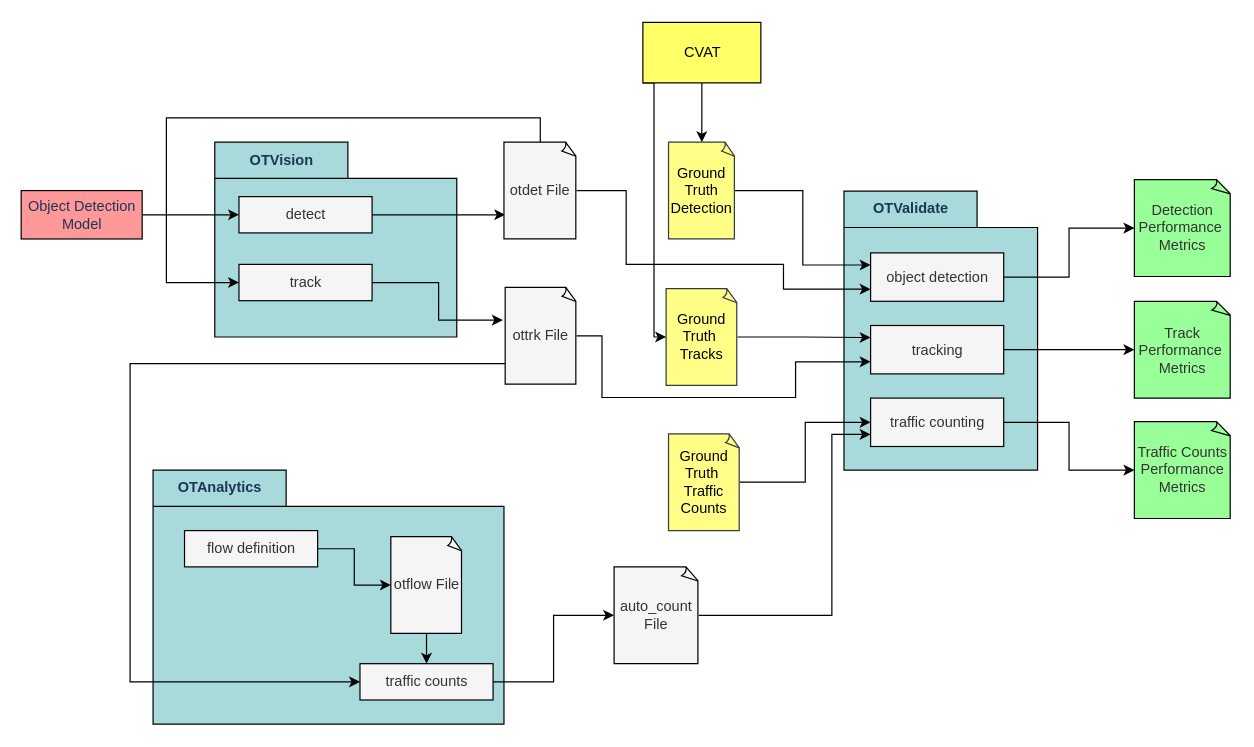
Before: docs/OTLabels/validation/assets/otvalidate_overview.drawio in OpenTrafficCam/OTDocs, a draw.io diagram. Source tidied: cells renumbered, new cells numbered last; positions are measured from the earlier drawing's top-left corner, leaving out a move shared by most shapes. Both pictures are drawn from the tidied source at 121%, with x=0, y=0 at pixel (21, 22).
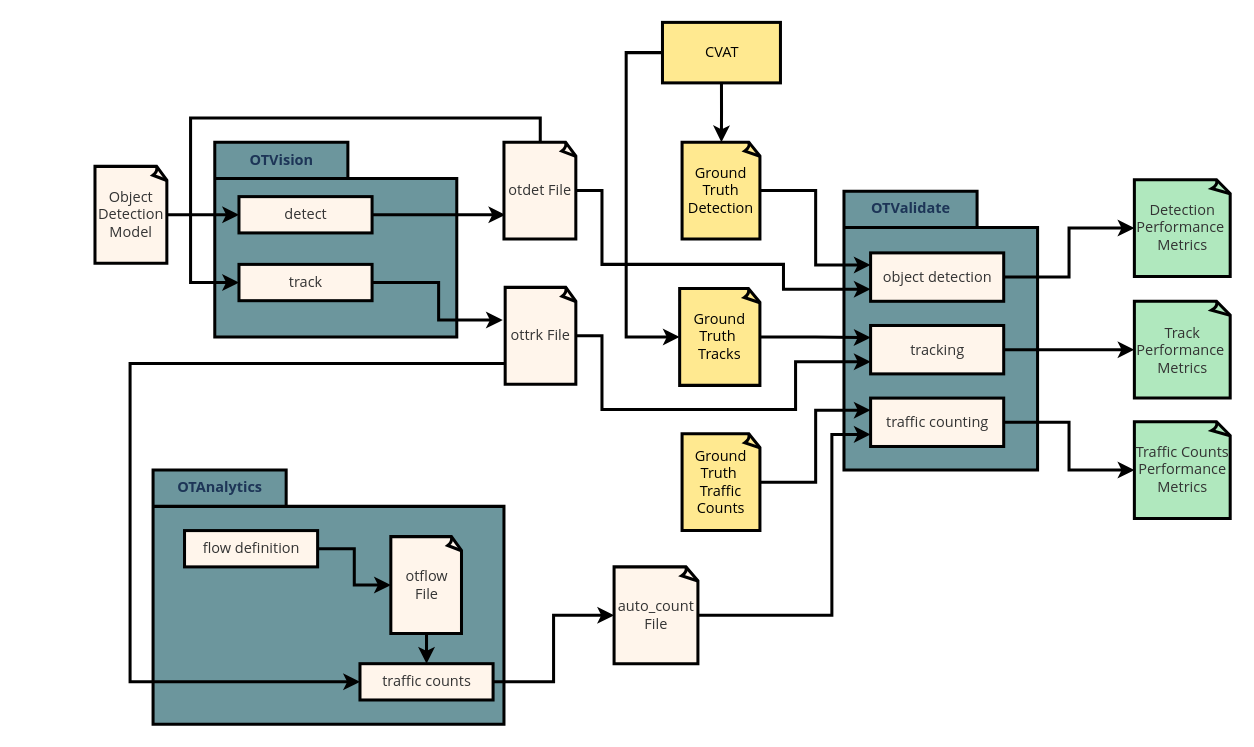
After the change.

Commit message:
Change color scheme of otvalidate overview diagram

Change to the diagram source:
```diff
@@
-<mxGraphModel background="#FFFFFF">
+<mxGraphModel>
@@
-    <mxCell id="2" value="OTVision" style="shape=folder;fontStyle=1;tabWidth=110;tabHeight=30;tabPosition=left;html=1;boundedLbl=1;labelInHeader=1;fillColor=#A8DADC;fontColor=#1D3557;strokeColor=#000000;" parent="1" vertex="1">
+    <mxCell id="2" value="OTVision" style="shape=folder;fontStyle=1;tabWidth=110;tabHeight=30;tabPosition=left;html=1;boundedLbl=1;labelInHeader=1;fillColor=#6C969D;fontColor=#1D3557;strokeColor=#000000;fontFamily=Open Sans;strokeWidth=2.5;" parent="1" vertex="1">
       <mxGeometry x="160" y="99" width="200" height="161" as="geometry" />
     </mxCell>
-    <mxCell id="3" value="detect" style="html=1;fillColor=#f5f5f5;fontColor=#333333;strokeColor=#000000;" parent="2" vertex="1">
+    <mxCell id="3" value="detect" style="html=1;fillColor=#FFF5EB;fontColor=#333333;strokeColor=#000000;fontFamily=Open Sans;strokeWidth=2.5;" parent="2" vertex="1">
       <mxGeometry width="110" height="30" relative="1" as="geometry">
         <mxPoint x="20" y="45" as="offset" />
       </mxGeometry>
     </mxCell>
-    <mxCell id="4" value="track" style="html=1;fillColor=#f5f5f5;fontColor=#333333;strokeColor=#000000;" parent="2" vertex="1">
+    <mxCell id="4" value="track" style="html=1;fillColor=#FFF5EB;fontColor=#333333;strokeColor=#000000;fontFamily=Open Sans;strokeWidth=2.5;" parent="2" vertex="1">
       <mxGeometry x="20" y="101" width="110" height="30" as="geometry" />
     </mxCell>
-    <mxCell id="5" style="edgeStyle=orthogonalEdgeStyle;rounded=0;jettySize=auto;html=1;exitX=1;exitY=0.5;exitDx=0;exitDy=0;entryX=0.017;entryY=0.75;entryDx=0;entryDy=0;entryPerimeter=0;strokeColor=#000000;" parent="2" edge="1" source="3" target="9">
+    <mxCell id="5" style="edgeStyle=orthogonalEdgeStyle;rounded=0;jettySize=auto;html=1;exitX=1;exitY=0.5;exitDx=0;exitDy=0;entryX=0.017;entryY=0.75;entryDx=0;entryDy=0;entryPerimeter=0;strokeColor=#000000;fontFamily=Open Sans;strokeWidth=2.5;" parent="2" edge="1" source="3" target="9">
       <mxGeometry relative="1" as="geometry" />
     </mxCell>
-    <mxCell id="6" style="edgeStyle=orthogonalEdgeStyle;rounded=0;jettySize=auto;html=1;exitX=1;exitY=0.5;exitDx=0;exitDy=0;entryX=0;entryY=0.5;entryDx=0;entryDy=0;strokeColor=#000000;" parent="1" edge="1" source="7" target="3">
-      <mxGeometry relative="1" as="geometry" />
-    </mxCell>
-    <mxCell id="7" value="Object Detection &lt;br&gt;Model" style="html=1;dashed=0;whitespace=wrap;fontColor=#1D3557;strokeColor=#000000;fillColor=#FF9999;" parent="1" vertex="1">
-      <mxGeometry y="139" width="100" height="40" as="geometry" />
-    </mxCell>
-    <mxCell id="8" style="edgeStyle=orthogonalEdgeStyle;rounded=0;jettySize=auto;html=1;exitX=0.5;exitY=0;exitDx=0;exitDy=0;exitPerimeter=0;entryX=0;entryY=0.5;entryDx=0;entryDy=0;strokeColor=#000000;" parent="1" edge="1" source="9" target="4">
+    <mxCell id="8" style="edgeStyle=orthogonalEdgeStyle;rounded=0;jettySize=auto;html=1;exitX=0.5;exitY=0;exitDx=0;exitDy=0;exitPerimeter=0;entryX=0;entryY=0.5;entryDx=0;entryDy=0;fontFamily=Open Sans;strokeColor=#000000;strokeWidth=2.5;" parent="1" edge="1" source="9" target="4">
       <mxGeometry relative="1" as="geometry">
         <Array as="points">
           <mxPoint x="429" y="79" />
-          <mxPoint x="120" y="79" />
-          <mxPoint x="120" y="215" />
+          <mxPoint x="140" y="79" />
+          <mxPoint x="140" y="215" />
         </Array>
       </mxGeometry>
     </mxCell>
-    <mxCell id="9" value="otdet File" style="whiteSpace=wrap;html=1;shape=mxgraph.basic.document;fillColor=#f5f5f5;fontColor=#333333;strokeColor=#000000;" parent="1" vertex="1">
+    <mxCell id="9" value="otdet File" style="whiteSpace=wrap;html=1;shape=mxgraph.basic.document;fillColor=#FFF5EB;fontColor=#333333;strokeColor=#000000;fontFamily=Open Sans;strokeWidth=2.5;" parent="1" vertex="1">
       <mxGeometry x="399" y="99" width="60" height="80" as="geometry" />
     </mxCell>
-    <mxCell id="10" style="edgeStyle=orthogonalEdgeStyle;rounded=0;jettySize=auto;html=1;exitX=1;exitY=0.5;exitDx=0;exitDy=0;entryX=-0.034;entryY=0.338;entryDx=0;entryDy=0;entryPerimeter=0;fillColor=#A8DADC;labelBackgroundColor=#F1FAEE;fontColor=#1D3557;strokeColor=#000000;" parent="1" edge="1" source="4" target="27">
+    <mxCell id="10" style="edgeStyle=orthogonalEdgeStyle;rounded=0;jettySize=auto;html=1;exitX=1;exitY=0.5;exitDx=0;exitDy=0;entryX=-0.034;entryY=0.338;entryDx=0;entryDy=0;entryPerimeter=0;fillColor=#A8DADC;labelBackgroundColor=#F1FAEE;fontColor=#1D3557;strokeColor=#000000;fontFamily=Open Sans;strokeWidth=2.5;" parent="1" edge="1" source="4" target="27">
       <mxGeometry relative="1" as="geometry" />
     </mxCell>
-    <mxCell id="11" value="auto_count&lt;br&gt;File" style="whiteSpace=wrap;html=1;shape=mxgraph.basic.document;fillColor=#f5f5f5;fontColor=#333333;strokeColor=#000000;" parent="1" vertex="1">
+    <mxCell id="11" value="auto_count&lt;br&gt;File" style="whiteSpace=wrap;html=1;shape=mxgraph.basic.document;fillColor=#FFF5EB;fontColor=#333333;strokeColor=#000000;fontFamily=Open Sans;strokeWidth=2.5;" parent="1" vertex="1">
       <mxGeometry x="490" y="450" width="70" height="80" as="geometry" />
     </mxCell>
-    <mxCell id="12" value="OTValidate" style="shape=folder;fontStyle=1;tabWidth=110;tabHeight=30;tabPosition=left;html=1;boundedLbl=1;labelInHeader=1;fillColor=#A8DADC;fontColor=#1D3557;strokeColor=#000000;" parent="1" vertex="1">
+    <mxCell id="12" value="OTValidate" style="shape=folder;fontStyle=1;tabWidth=110;tabHeight=30;tabPosition=left;html=1;boundedLbl=1;labelInHeader=1;fillColor=#6C969D;fontColor=#1D3557;strokeColor=#000000;fontFamily=Open Sans;strokeWidth=2.5;" parent="1" vertex="1">
       <mxGeometry x="680" y="139.5" width="160" height="230.5" as="geometry" />
     </mxCell>
-    <mxCell id="13" value="object detection" style="html=1;fillColor=#f5f5f5;fontColor=#333333;strokeColor=#000000;" parent="12" vertex="1">
+    <mxCell id="13" value="object detection" style="html=1;fillColor=#FFF5EB;fontColor=#333333;strokeColor=#000000;fontFamily=Open Sans;strokeWidth=2.5;" parent="12" vertex="1">
       <mxGeometry width="110" height="40" relative="1" as="geometry">
         <mxPoint x="22" y="51" as="offset" />
       </mxGeometry>
     </mxCell>
-    <mxCell id="14" value="traffic counting" style="html=1;fillColor=#f5f5f5;fontColor=#333333;strokeColor=#000000;" parent="12" vertex="1">
+    <mxCell id="14" value="traffic counting" style="html=1;fillColor=#FFF5EB;fontColor=#333333;strokeColor=#000000;fontFamily=Open Sans;strokeWidth=2.5;" parent="12" vertex="1">
       <mxGeometry x="22" y="171" width="110" height="40" as="geometry" />
     </mxCell>
-    <mxCell id="15" value="tracking" style="html=1;fillColor=#f5f5f5;fontColor=#333333;strokeColor=#000000;" parent="12" vertex="1">
+    <mxCell id="15" value="tracking" style="html=1;fillColor=#FFF5EB;fontColor=#333333;strokeColor=#000000;fontFamily=Open Sans;strokeWidth=2.5;" parent="12" vertex="1">
       <mxGeometry x="22" y="111" width="110" height="40" as="geometry" />
     </mxCell>
-    <mxCell id="16" style="edgeStyle=orthogonalEdgeStyle;rounded=0;jettySize=auto;html=1;exitX=1;exitY=0.5;exitDx=0;exitDy=0;entryX=0;entryY=0.5;entryDx=0;entryDy=0;entryPerimeter=0;strokeColor=#000000;" parent="12" edge="1" source="13" target="19">
+    <mxCell id="16" style="edgeStyle=orthogonalEdgeStyle;rounded=0;jettySize=auto;html=1;exitX=1;exitY=0.5;exitDx=0;exitDy=0;entryX=0;entryY=0.5;entryDx=0;entryDy=0;entryPerimeter=0;strokeColor=#000000;fontFamily=Open Sans;strokeWidth=2.5;" parent="12" edge="1" source="13" target="19">
       <mxGeometry relative="1" as="geometry" />
     </mxCell>
-    <mxCell id="17" value="Traffic Counts Performance Metrics" style="whiteSpace=wrap;html=1;shape=mxgraph.basic.document;fontColor=#333333;strokeColor=#000000;fillColor=#99FF99;" parent="1" vertex="1">
+    <mxCell id="17" value="Traffic Counts Performance Metrics" style="whiteSpace=wrap;html=1;shape=mxgraph.basic.document;fontColor=#333333;strokeColor=#000000;fillColor=#B0E8BE;fontFamily=Open Sans;strokeWidth=2.5;" parent="1" vertex="1">
       <mxGeometry x="920" y="330" width="80" height="80" as="geometry" />
     </mxCell>
-    <mxCell id="18" value="Track Performance&amp;nbsp;&lt;br&gt;Metrics" style="whiteSpace=wrap;html=1;shape=mxgraph.basic.document;fontColor=#333333;strokeColor=#000000;fillColor=#99FF99;" parent="1" vertex="1">
+    <mxCell id="18" value="Track Performance&amp;nbsp;&lt;br&gt;Metrics" style="whiteSpace=wrap;html=1;shape=mxgraph.basic.document;fontColor=#333333;strokeColor=#000000;fillColor=#B0E8BE;fontFamily=Open Sans;strokeWidth=2.5;" parent="1" vertex="1">
       <mxGeometry x="920" y="230.5" width="80" height="80" as="geometry" />
     </mxCell>
-    <mxCell id="19" value="Detection Performance&amp;nbsp;&lt;br&gt;Metrics" style="whiteSpace=wrap;html=1;shape=mxgraph.basic.document;fontColor=#333333;strokeColor=#000000;fillColor=#99FF99;" parent="1" vertex="1">
+    <mxCell id="19" value="Detection Performance&amp;nbsp;&lt;br&gt;Metrics" style="whiteSpace=wrap;html=1;shape=mxgraph.basic.document;fontColor=#333333;strokeColor=#000000;fillColor=#B0E8BE;fontFamily=Open Sans;strokeWidth=2.5;" parent="1" vertex="1">
       <mxGeometry x="920" y="130" width="80" height="80" as="geometry" />
     </mxCell>
-    <mxCell id="20" style="edgeStyle=orthogonalEdgeStyle;rounded=0;jettySize=auto;html=1;exitX=1;exitY=0.5;exitDx=0;exitDy=0;exitPerimeter=0;entryX=0;entryY=0.25;entryDx=0;entryDy=0;strokeColor=#000000;" parent="1" edge="1" source="21" target="13">
+    <mxCell id="20" style="edgeStyle=orthogonalEdgeStyle;rounded=0;jettySize=auto;html=1;exitX=1;exitY=0.5;exitDx=0;exitDy=0;exitPerimeter=0;entryX=0;entryY=0.25;entryDx=0;entryDy=0;strokeColor=#000000;fontFamily=Open Sans;strokeWidth=2.5;" parent="1" edge="1" source="21" target="13">
       <mxGeometry relative="1" as="geometry" />
     </mxCell>
-    <mxCell id="21" value="Ground Truth Detection" style="whiteSpace=wrap;html=1;shape=mxgraph.basic.document;fillColor=#ffff88;strokeColor=#36393d;fontColor=#000000;" parent="1" vertex="1">
-      <mxGeometry x="535" y="99" width="55" height="80" as="geometry" />
+    <mxCell id="21" value="Ground Truth Detection" style="whiteSpace=wrap;html=1;shape=mxgraph.basic.document;fillColor=#FFE990;strokeColor=#000000;fontColor=#000000;fontFamily=Open Sans;strokeWidth=2.5;" parent="1" vertex="1">
+      <mxGeometry x="546.2" y="99" width="65" height="80" as="geometry" />
     </mxCell>
-    <mxCell id="22" style="edgeStyle=orthogonalEdgeStyle;rounded=0;jettySize=auto;html=1;exitX=1;exitY=0.5;exitDx=0;exitDy=0;exitPerimeter=0;entryX=0;entryY=0.25;entryDx=0;entryDy=0;strokeColor=#000000;" parent="1" edge="1" source="23" target="15">
+    <mxCell id="22" style="edgeStyle=orthogonalEdgeStyle;rounded=0;jettySize=auto;html=1;exitX=1;exitY=0.5;exitDx=0;exitDy=0;exitPerimeter=0;entryX=0;entryY=0.25;entryDx=0;entryDy=0;strokeColor=#000000;strokeWidth=2.5;fontFamily=Open Sans;" parent="1" edge="1" source="23" target="15">
       <mxGeometry relative="1" as="geometry" />
     </mxCell>
-    <mxCell id="23" value="Ground Truth&amp;nbsp;&lt;br&gt;Tracks" style="whiteSpace=wrap;html=1;shape=mxgraph.basic.document;fillColor=#ffff88;strokeColor=#36393d;fontColor=#000000;" parent="1" vertex="1">
-      <mxGeometry x="533" y="220" width="59" height="80" as="geometry" />
+    <mxCell id="23" value="Ground Truth&amp;nbsp;&lt;br&gt;Tracks" style="whiteSpace=wrap;html=1;shape=mxgraph.basic.document;fillColor=#FFE990;strokeColor=#000000;fontColor=#000000;fontFamily=Open Sans;strokeWidth=2.5;" parent="1" vertex="1">
+      <mxGeometry x="544.2" y="220" width="67" height="80" as="geometry" />
     </mxCell>
-    <mxCell id="24" style="edgeStyle=orthogonalEdgeStyle;rounded=0;jettySize=auto;html=1;exitX=1;exitY=0.5;exitDx=0;exitDy=0;exitPerimeter=0;entryX=0;entryY=0.5;entryDx=0;entryDy=0;strokeColor=#000000;" parent="1" edge="1" source="25" target="14">
+    <mxCell id="24" style="edgeStyle=orthogonalEdgeStyle;rounded=0;jettySize=auto;html=1;exitX=1;exitY=0.5;exitDx=0;exitDy=0;exitPerimeter=0;entryX=0;entryY=0.25;entryDx=0;entryDy=0;strokeColor=#000000;strokeWidth=2.5;fontFamily=Open Sans;" parent="1" edge="1" source="25" target="14">
       <mxGeometry relative="1" as="geometry" />
     </mxCell>
-    <mxCell id="25" value="Ground Truth&amp;nbsp;&lt;br&gt;Traffic Counts" style="whiteSpace=wrap;html=1;shape=mxgraph.basic.document;fillColor=#ffff88;strokeColor=#36393d;fontColor=#000000;" parent="1" vertex="1">
-      <mxGeometry x="535" y="340" width="59" height="80" as="geometry" />
+    <mxCell id="25" value="Ground Truth&amp;nbsp;&lt;br&gt;Traffic Counts" style="whiteSpace=wrap;html=1;shape=mxgraph.basic.document;fillColor=#FFE990;strokeColor=#000000;fontColor=#000000;fontFamily=Open Sans;strokeWidth=2.5;" parent="1" vertex="1">
+      <mxGeometry x="546.2" y="340" width="65" height="80" as="geometry" />
     </mxCell>
-    <mxCell id="26" style="edgeStyle=orthogonalEdgeStyle;rounded=0;jettySize=auto;html=1;exitX=1;exitY=0.5;exitDx=0;exitDy=0;exitPerimeter=0;entryX=0;entryY=0.75;entryDx=0;entryDy=0;strokeColor=#000000;" parent="1" edge="1" source="27" target="15">
+    <mxCell id="26" style="edgeStyle=orthogonalEdgeStyle;rounded=0;jettySize=auto;html=1;exitX=1;exitY=0.5;exitDx=0;exitDy=0;exitPerimeter=0;entryX=0;entryY=0.75;entryDx=0;entryDy=0;strokeColor=#000000;fontFamily=Open Sans;strokeWidth=2.5;" parent="1" edge="1" source="27" target="15">
       <mxGeometry relative="1" as="geometry">
         <Array as="points">
           <mxPoint x="480" y="259" />
-          <mxPoint x="480" y="310" />
-          <mxPoint x="640" y="310" />
+          <mxPoint x="480" y="320" />
+          <mxPoint x="640" y="320" />
           <mxPoint x="640" y="281" />
         </Array>
       </mxGeometry>
     </mxCell>
-    <mxCell id="27" value="ottrk File" style="whiteSpace=wrap;html=1;shape=mxgraph.basic.document;fillColor=#f5f5f5;fontColor=#333333;strokeColor=#000000;" parent="1" vertex="1">
+    <mxCell id="27" value="ottrk File" style="whiteSpace=wrap;html=1;shape=mxgraph.basic.document;fillColor=#FFF5EB;fontColor=#333333;strokeColor=#000000;fontFamily=Open Sans;strokeWidth=2.5;" parent="1" vertex="1">
       <mxGeometry x="400" y="219" width="59" height="80" as="geometry" />
     </mxCell>
-    <mxCell id="28" style="edgeStyle=orthogonalEdgeStyle;rounded=0;jettySize=auto;html=1;exitX=1;exitY=0.5;exitDx=0;exitDy=0;exitPerimeter=0;entryX=0;entryY=0.75;entryDx=0;entryDy=0;strokeColor=#000000;" parent="1" edge="1" source="9" target="13">
+    <mxCell id="28" style="edgeStyle=orthogonalEdgeStyle;rounded=0;jettySize=auto;html=1;exitX=1;exitY=0.5;exitDx=0;exitDy=0;exitPerimeter=0;entryX=0;entryY=0.75;entryDx=0;entryDy=0;strokeColor=#000000;fontFamily=Open Sans;strokeWidth=2.5;" parent="1" edge="1" source="9" target="13">
       <mxGeometry relative="1" as="geometry">
         <Array as="points">
-          <mxPoint x="500" y="139" />
-          <mxPoint x="500" y="200" />
+          <mxPoint x="480" y="139" />
+          <mxPoint x="480" y="200" />
           <mxPoint x="630" y="200" />
           <mxPoint x="630" y="221" />
         </Array>
       </mxGeometry>
     </mxCell>
-    <mxCell id="29" style="edgeStyle=orthogonalEdgeStyle;rounded=0;jettySize=auto;html=1;exitX=1;exitY=0.5;exitDx=0;exitDy=0;entryX=0;entryY=0.5;entryDx=0;entryDy=0;entryPerimeter=0;strokeColor=#000000;" parent="1" edge="1" source="15" target="18">
+    <mxCell id="29" style="edgeStyle=orthogonalEdgeStyle;rounded=0;jettySize=auto;html=1;exitX=1;exitY=0.5;exitDx=0;exitDy=0;entryX=0;entryY=0.5;entryDx=0;entryDy=0;entryPerimeter=0;strokeColor=#000000;fontFamily=Open Sans;strokeWidth=2.5;" parent="1" edge="1" source="15" target="18">
       <mxGeometry relative="1" as="geometry" />
     </mxCell>
-    <mxCell id="30" style="edgeStyle=orthogonalEdgeStyle;rounded=0;jettySize=auto;html=1;exitX=1;exitY=0.5;exitDx=0;exitDy=0;entryX=0;entryY=0.5;entryDx=0;entryDy=0;entryPerimeter=0;strokeColor=#000000;" parent="1" edge="1" source="14" target="17">
+    <mxCell id="30" style="edgeStyle=orthogonalEdgeStyle;rounded=0;jettySize=auto;html=1;exitX=1;exitY=0.5;exitDx=0;exitDy=0;entryX=0;entryY=0.5;entryDx=0;entryDy=0;entryPerimeter=0;strokeColor=#000000;fontFamily=Open Sans;strokeWidth=2.5;" parent="1" edge="1" source="14" target="17">
       <mxGeometry relative="1" as="geometry" />
     </mxCell>
-    <mxCell id="31" value="OTAnalytics" style="shape=folder;fontStyle=1;tabWidth=110;tabHeight=30;tabPosition=left;html=1;boundedLbl=1;labelInHeader=1;fillColor=#A8DADC;fontColor=#1D3557;strokeColor=#000000;" parent="1" vertex="1">
+    <mxCell id="31" value="OTAnalytics" style="shape=folder;fontStyle=1;tabWidth=110;tabHeight=30;tabPosition=left;html=1;boundedLbl=1;labelInHeader=1;fillColor=#6C969D;fontColor=#1D3557;strokeColor=#000000;fontFamily=Open Sans;strokeWidth=2.5;" parent="1" vertex="1">
       <mxGeometry x="109" y="370" width="290" height="210" as="geometry" />
     </mxCell>
-    <mxCell id="32" style="edgeStyle=orthogonalEdgeStyle;rounded=0;jettySize=auto;html=1;exitX=1;exitY=0.5;exitDx=0;exitDy=0;entryX=0;entryY=0.5;entryDx=0;entryDy=0;entryPerimeter=0;strokeColor=#000000;" parent="31" edge="1" source="33" target="37">
+    <mxCell id="32" style="edgeStyle=orthogonalEdgeStyle;rounded=0;jettySize=auto;html=1;exitX=1;exitY=0.5;exitDx=0;exitDy=0;entryX=0;entryY=0.5;entryDx=0;entryDy=0;entryPerimeter=0;strokeColor=#000000;fontFamily=Open Sans;strokeWidth=2.5;" parent="31" edge="1" source="33" target="37">
       <mxGeometry relative="1" as="geometry" />
     </mxCell>
-    <mxCell id="33" value="flow definition" style="html=1;fillColor=#f5f5f5;fontColor=#333333;strokeColor=#000000;" parent="31" vertex="1">
+    <mxCell id="33" value="flow definition" style="html=1;fillColor=#FFF5EB;fontColor=#333333;strokeColor=#000000;fontFamily=Open Sans;strokeWidth=2.5;" parent="31" vertex="1">
       <mxGeometry width="110" height="30" relative="1" as="geometry">
         <mxPoint x="26" y="50" as="offset" />
       </mxGeometry>
     </mxCell>
-    <mxCell id="34" value="traffic counts" style="html=1;fillColor=#f5f5f5;fontColor=#333333;strokeColor=#000000;" parent="31" vertex="1">
+    <mxCell id="34" value="traffic counts" style="html=1;fillColor=#FFF5EB;fontColor=#333333;strokeColor=#000000;fontFamily=Open Sans;strokeWidth=2.5;" parent="31" vertex="1">
       <mxGeometry x="171" y="160" width="110" height="30" as="geometry" />
     </mxCell>
@@
-    <mxCell id="36" style="edgeStyle=orthogonalEdgeStyle;rounded=0;html=1;exitX=0.5;exitY=1;exitDx=0;exitDy=0;exitPerimeter=0;strokeColor=#000000;" parent="31" edge="1" source="37">
+    <mxCell id="36" style="edgeStyle=orthogonalEdgeStyle;rounded=0;html=1;exitX=0.5;exitY=1;exitDx=0;exitDy=0;exitPerimeter=0;strokeColor=#000000;fontFamily=Open Sans;strokeWidth=2.5;" parent="31" edge="1" source="37">
       <mxGeometry relative="1" as="geometry">
         <mxPoint x="226" y="160" as="targetPoint" />
       </mxGeometry>
     </mxCell>
-    <mxCell id="37" value="otflow File" style="whiteSpace=wrap;html=1;shape=mxgraph.basic.document;fillColor=#f5f5f5;fontColor=#333333;strokeColor=#000000;" parent="31" vertex="1">
+    <mxCell id="37" value="otflow File" style="whiteSpace=wrap;html=1;shape=mxgraph.basic.document;fillColor=#FFF5EB;fontColor=#333333;strokeColor=#000000;fontFamily=Open Sans;strokeWidth=2.5;" parent="31" vertex="1">
       <mxGeometry x="196.5" y="55" width="59" height="80" as="geometry" />
     </mxCell>
-    <mxCell id="38" style="edgeStyle=orthogonalEdgeStyle;rounded=0;jettySize=auto;html=1;exitX=1;exitY=0.5;exitDx=0;exitDy=0;exitPerimeter=0;entryX=0;entryY=0.75;entryDx=0;entryDy=0;strokeColor=#000000;" parent="1" edge="1" source="11" target="14">
+    <mxCell id="38" style="edgeStyle=orthogonalEdgeStyle;rounded=0;jettySize=auto;html=1;exitX=1;exitY=0.5;exitDx=0;exitDy=0;exitPerimeter=0;entryX=0;entryY=0.75;entryDx=0;entryDy=0;strokeColor=#000000;fontFamily=Open Sans;strokeWidth=2.5;" parent="1" edge="1" source="11" target="14">
       <mxGeometry relative="1" as="geometry">
         <Array as="points">
           <mxPoint x="670" y="490" />
           <mxPoint x="670" y="341" />
         </Array>
       </mxGeometry>
     </mxCell>
-    <mxCell id="39" style="edgeStyle=elbowEdgeStyle;html=1;entryX=0;entryY=0.5;entryDx=0;entryDy=0;strokeColor=#000000;rounded=0;" parent="1" edge="1" target="34">
+    <mxCell id="39" style="edgeStyle=elbowEdgeStyle;html=1;entryX=0;entryY=0.5;entryDx=0;entryDy=0;strokeColor=#000000;rounded=0;fontFamily=Open Sans;strokeWidth=2.5;" parent="1" edge="1" target="34">
       <mxGeometry relative="1" as="geometry">
         <mxPoint x="400" y="282" as="sourcePoint" />
         <Array as="points">
           <mxPoint x="90" y="320" />
           <mxPoint x="90" y="440" />
         </Array>
       </mxGeometry>
     </mxCell>
-    <mxCell id="40" style="edgeStyle=orthogonalEdgeStyle;rounded=0;jettySize=auto;html=1;exitX=1;exitY=0.5;exitDx=0;exitDy=0;entryX=0;entryY=0.5;entryDx=0;entryDy=0;entryPerimeter=0;strokeColor=#000000;" parent="1" edge="1" source="34" target="11">
+    <mxCell id="40" style="edgeStyle=orthogonalEdgeStyle;rounded=0;jettySize=auto;html=1;exitX=1;exitY=0.5;exitDx=0;exitDy=0;entryX=0;entryY=0.5;entryDx=0;entryDy=0;entryPerimeter=0;strokeColor=#000000;fontFamily=Open Sans;strokeWidth=2.5;" parent="1" edge="1" source="34" target="11">
       <mxGeometry relative="1" as="geometry" />
     </mxCell>
+    <mxCell id="42" style="edgeStyle=elbowEdgeStyle;rounded=0;html=1;exitX=0;exitY=0.5;exitDx=0;exitDy=0;entryX=0;entryY=0.5;entryDx=0;entryDy=0;entryPerimeter=0;strokeColor=#000000;fontFamily=Open Sans;strokeWidth=2.5;" parent="1" edge="1" source="43" target="23">
+      <mxGeometry relative="1" as="geometry">
+        <Array as="points">
+          <mxPoint x="500" y="160" />
+          <mxPoint x="510" y="110" />
+          <mxPoint x="500" y="90" />
+          <mxPoint x="510" y="70" />
+          <mxPoint x="514" y="110" />
+        </Array>
+      </mxGeometry>
+    </mxCell>
-    <mxCell id="41" style="edgeStyle=none;rounded=0;html=1;exitX=0.5;exitY=1;exitDx=0;exitDy=0;entryX=0.5;entryY=0;entryDx=0;entryDy=0;entryPerimeter=0;strokeColor=#000000;" parent="1" edge="1" source="43" target="21">
+    <mxCell id="41" style="edgeStyle=orthogonalEdgeStyle;rounded=0;jettySize=auto;html=1;exitX=0.5;exitY=1;exitDx=0;exitDy=0;entryX=0.5;entryY=0;entryDx=0;entryDy=0;entryPerimeter=0;strokeColor=#000000;strokeWidth=2.5;fontFamily=Open Sans;" parent="1" edge="1" source="43" target="21">
       <mxGeometry relative="1" as="geometry" />
     </mxCell>
-    <mxCell id="42" style="edgeStyle=elbowEdgeStyle;rounded=0;html=1;exitX=0;exitY=1;exitDx=0;exitDy=0;entryX=0;entryY=0.5;entryDx=0;entryDy=0;entryPerimeter=0;strokeColor=#000000;" parent="1" edge="1" source="43" target="23">
-      <mxGeometry relative="1" as="geometry" />
-    </mxCell>
-    <mxCell id="43" value="&lt;font color=&quot;#000000&quot;&gt;CVAT&lt;/font&gt;" style="html=1;dashed=0;whitespace=wrap;strokeColor=#000000;fillColor=#FFFF66;" parent="1" vertex="1">
-      <mxGeometry x="513.8" width="97.5" height="50" as="geometry" />
+    <mxCell id="43" value="&lt;font color=&quot;#000000&quot;&gt;CVAT&lt;/font&gt;" style="html=1;dashed=0;whitespace=wrap;strokeColor=#000000;fillColor=#FFE990;fontFamily=Open Sans;strokeWidth=2.5;" parent="1" vertex="1">
+      <mxGeometry x="530" width="97.5" height="50" as="geometry" />
     </mxCell>
+    <mxCell id="6" style="edgeStyle=orthogonalEdgeStyle;rounded=0;jettySize=auto;html=1;exitX=1;exitY=0.5;exitDx=0;exitDy=0;exitPerimeter=0;entryX=0;entryY=0.5;entryDx=0;entryDy=0;strokeColor=#000000;strokeWidth=2.5;fontFamily=Open Sans;" parent="1" edge="1" source="7" target="3">
+      <mxGeometry relative="1" as="geometry" />
+    </mxCell>
+    <mxCell id="7" value="Object Detection Model" style="whiteSpace=wrap;html=1;shape=mxgraph.basic.document;fillColor=#FFF5EB;fontColor=#333333;strokeColor=#000000;fontFamily=Open Sans;strokeWidth=2.5;" parent="1" vertex="1">
+      <mxGeometry x="61" y="119" width="60" height="80" as="geometry" />
+    </mxCell>
```
